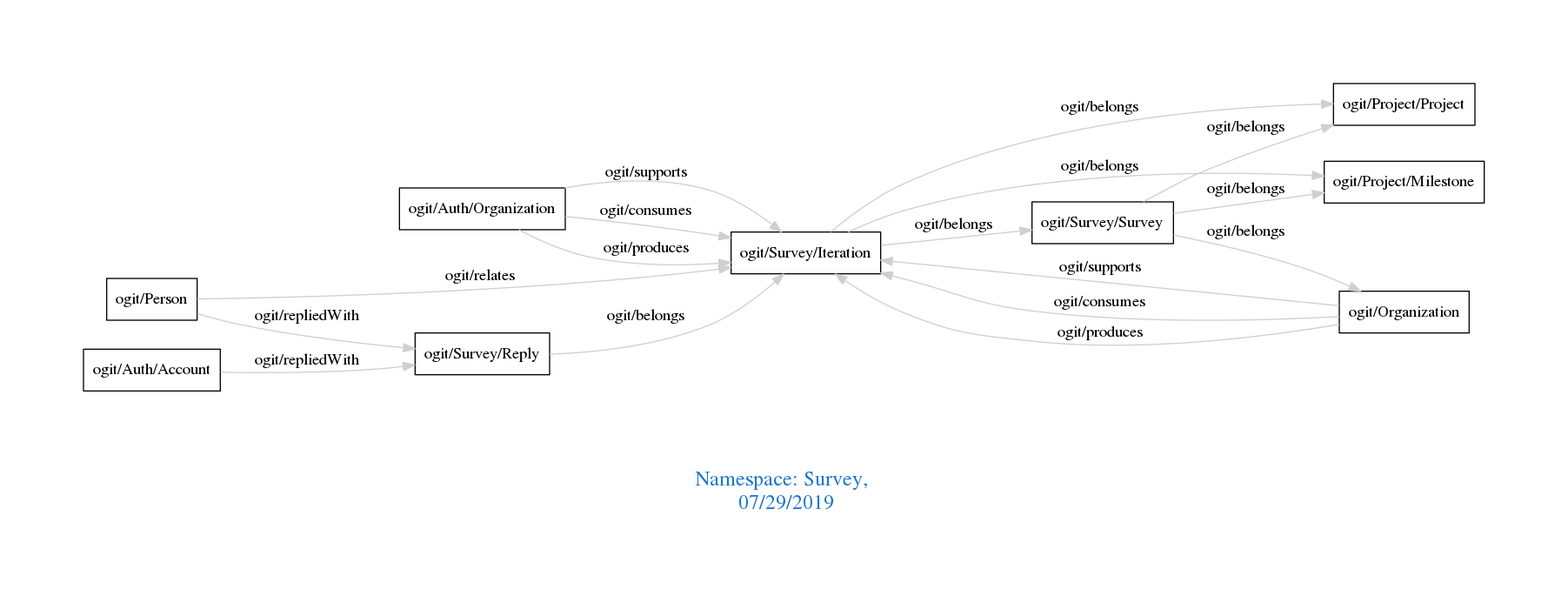
arago/OGIT keeps this Graphviz diagram as downloads/Survey.png. Above is the earlier version. Its source is kept beside it as downloads/Survey.dot.
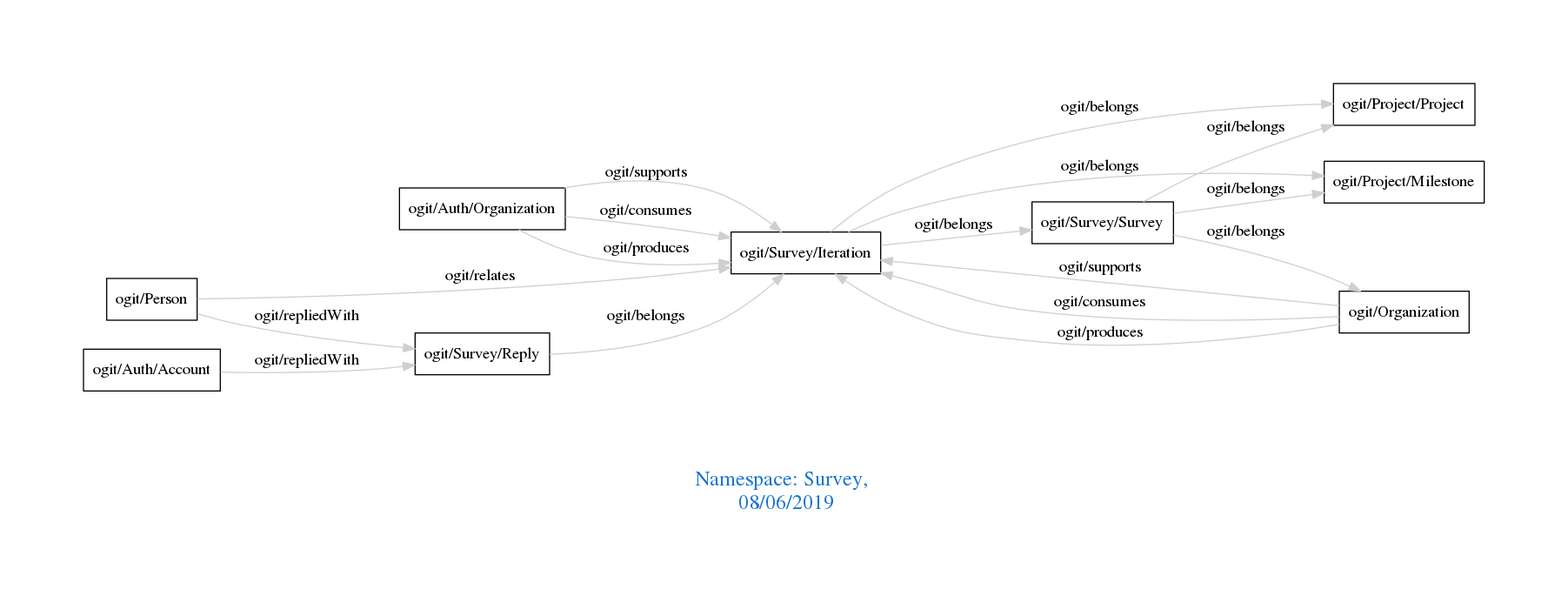
After the change.

Diff of the diagram source:
```diff
@@ -1,7 +1,7 @@
 digraph OGIT_ontology {
  graph [ rankdir= LR,pad=1
 fontsize = 18,
-fontcolor= dodgerblue3,label = "\n\n\nNamespace: Survey, \n 07/29/2019"];
+fontcolor= dodgerblue3,label = "\n\n\nNamespace: Survey, \n 08/06/2019"];
 node[shape=polygon];
 edge [  color="gray81"];
 
```
